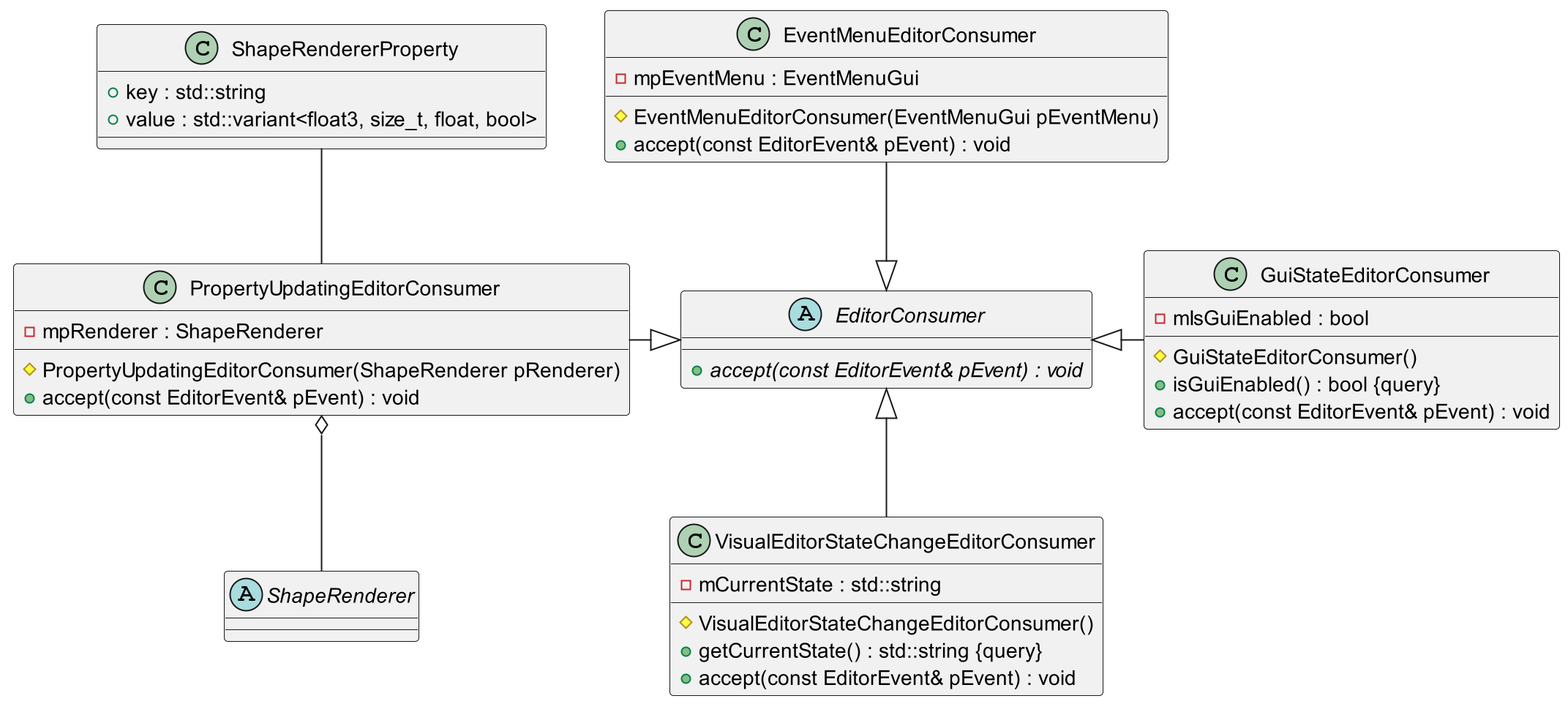
Isti01/PolygonSDF keeps this PlantUML diagram as Thesis/images/class_editor_consumer.png. Above is the earlier version. Its source is kept beside it as Thesis/diagrams/class_editor_consumer.puml. Its diagram source:
```plantuml
@startuml

scale 2


abstract class EditorConsumer {
    +{abstract} accept(const EditorEvent& pEvent) : void
}

class EventMenuEditorConsumer {
    #EventMenuEditorConsumer(EventMenuGui pEventMenu)
    -mpEventMenu : EventMenuGui
    +accept(const EditorEvent& pEvent) : void
}

class GuiStateEditorConsumer {
    #GuiStateEditorConsumer()
    +isGuiEnabled() : bool {query}
    -mIsGuiEnabled : bool
    +accept(const EditorEvent& pEvent) : void
}

class PropertyUpdatingEditorConsumer {
    #PropertyUpdatingEditorConsumer(ShapeRenderer pRenderer)
    -mpRenderer : ShapeRenderer
    +accept(const EditorEvent& pEvent) : void
}

abstract class ShapeRenderer {
}

class VisualEditorStateChangeEditorConsumer {
    #VisualEditorStateChangeEditorConsumer()
    +getCurrentState() : std::string {query}
    -mCurrentState : std::string
    +accept(const EditorEvent& pEvent) : void
}

class ShapeRendererProperty {
    +key : std::string
    +value : std::variant<float3, size_t, float, bool>
}


EditorConsumer <|- GuiStateEditorConsumer
EditorConsumer <|-- VisualEditorStateChangeEditorConsumer
EventMenuEditorConsumer --|> EditorConsumer
PropertyUpdatingEditorConsumer -|> EditorConsumer

PropertyUpdatingEditorConsumer o-- ShapeRenderer
ShapeRendererProperty -- PropertyUpdatingEditorConsumer


@enduml
```
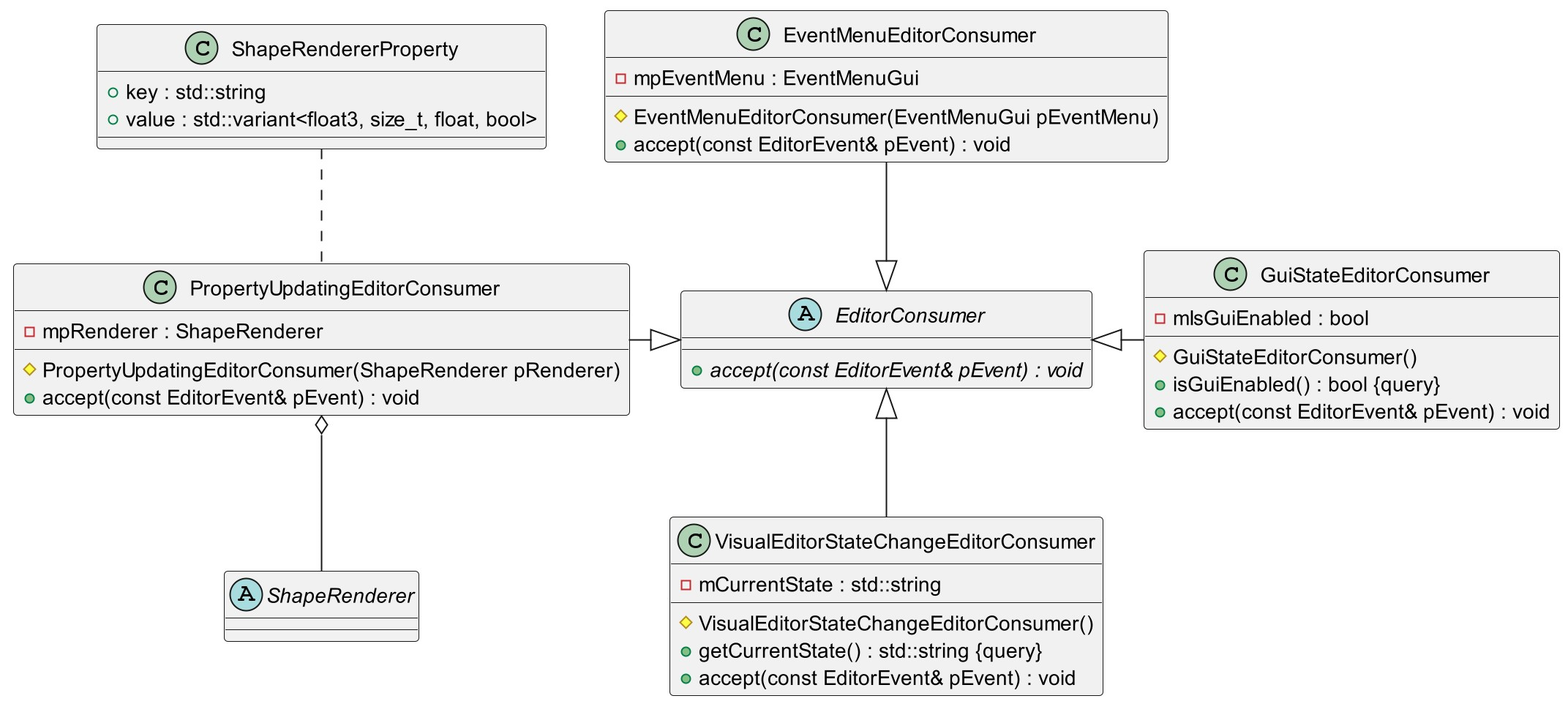
Later version of the same file.

The edit, as a diff of the source:
```diff
@@ -48,7 +48,7 @@
 PropertyUpdatingEditorConsumer -|> EditorConsumer
 
 PropertyUpdatingEditorConsumer o-- ShapeRenderer
-ShapeRendererProperty -- PropertyUpdatingEditorConsumer
+ShapeRendererProperty .. PropertyUpdatingEditorConsumer
 
 
 @enduml
```
